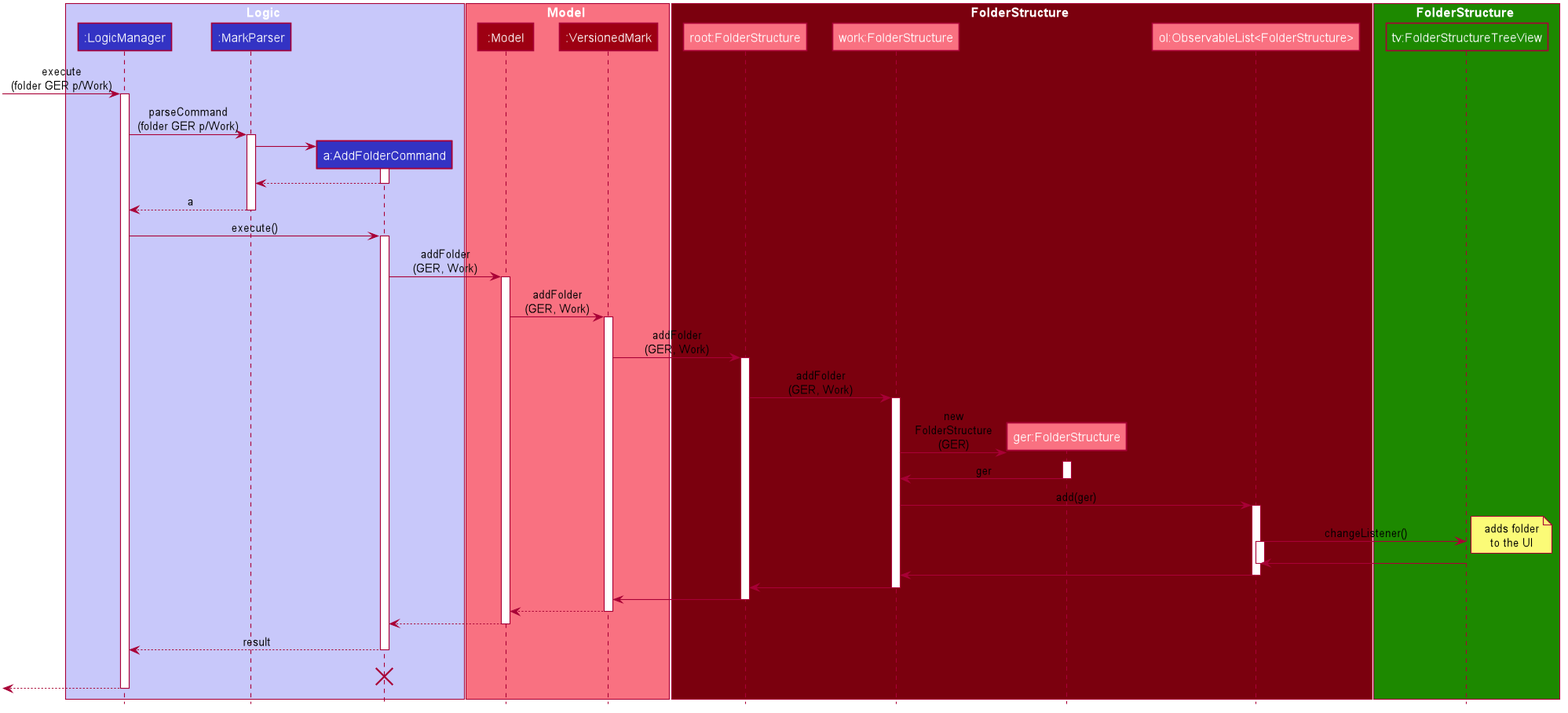
Above: docs/images/FolderSequenceDiagram.png in nus-cs2103-AY1920S1/addressbook-level3 (PlantUML), before the change. The source it was exported from:
```plantuml
@startuml








skinparam BackgroundColor #FFFFFFF

skinparam Shadowing false

skinparam Class {
    FontColor #FFFFFF
    BorderThickness 1
    BorderColor #FFFFFF
    StereotypeFontColor #FFFFFF
    FontName Arial
}

skinparam Actor {
    BorderColor #000000
    Color #000000
    FontName Arial
}

skinparam Sequence {
    MessageAlign center
    BoxFontSize 15
    BoxPadding 0
    BoxFontColor #FFFFFF
    FontName Arial
}

skinparam Participant {
    FontColor #FFFFFFF
    Padding 20
}

skinparam MinClassWidth 50
skinparam ParticipantPadding 10
skinparam Shadowing false
skinparam DefaultTextAlignment center
skinparam packageStyle Rectangle

hide footbox
hide members
hide circle

box Logic #C8C8FA
participant ":LogicManager" as LogicManager #3333C4
participant ":MarkParser" as MarkParser #3333C4
participant "a:AddFolderCommand" as AddFolderCommand #3333C4
end box

box Model #F97181
participant ":Model" as Model #9D0012
participant ":VersionedMark" as VersionedMark #9D0012
end box
[-> LogicManager : execute\n(folder GER p/Work)
activate LogicManager

LogicManager -> MarkParser : parseCommand\n(folder GER p/Work)
activate MarkParser

create AddFolderCommand
MarkParser -> AddFolderCommand
activate AddFolderCommand

AddFolderCommand --> MarkParser
deactivate AddFolderCommand

MarkParser --> LogicManager : a
deactivate MarkParser

LogicManager -> AddFolderCommand : execute()
activate AddFolderCommand

AddFolderCommand -> Model : addFolder\n(GER, Work)
activate Model

Model -> VersionedMark : addFolder\n(GER, Work)
activate VersionedMark

box FolderStructure #7B000E
participant "root:FolderStructure" as Root #F97181
participant "work:FolderStructure" as Work #F97181
participant "ger:FolderStructure" as Ger #F97181
participant "ol:ObservableList<FolderStructure>" as Ol #F97181


VersionedMark -> Root :addFolder\n(GER, Work)
activate Root

Root -> Work :addFolder\n(GER, Work)
activate Work

create Ger
Work -> Ger :new\nFolderStructure\n(GER)
activate Ger
Ger -> Work :ger
deactivate Ger

Work -> Ol :add(ger)
activate Ol
end box

box FolderStructure #1D8900
participant "tv:FolderStructureTreeView" as TreeView #1D8900
end box

Ol -> TreeView :changeListener()
note right: adds folder\nto the UI
activate Ol
TreeView -> Ol
deactivate Ol

Ol -> Work
deactivate Ol

Work -> Root
deactivate Work

Root -> VersionedMark
deactivate Root

VersionedMark --> Model :
deactivate VersionedMark

Model --> AddFolderCommand
deactivate Model

AddFolderCommand --> LogicManager : result
deactivate AddFolderCommand
AddFolderCommand -[hidden]-> LogicManager : result
destroy AddFolderCommand

[<--LogicManager
deactivate LogicManager
@enduml
```
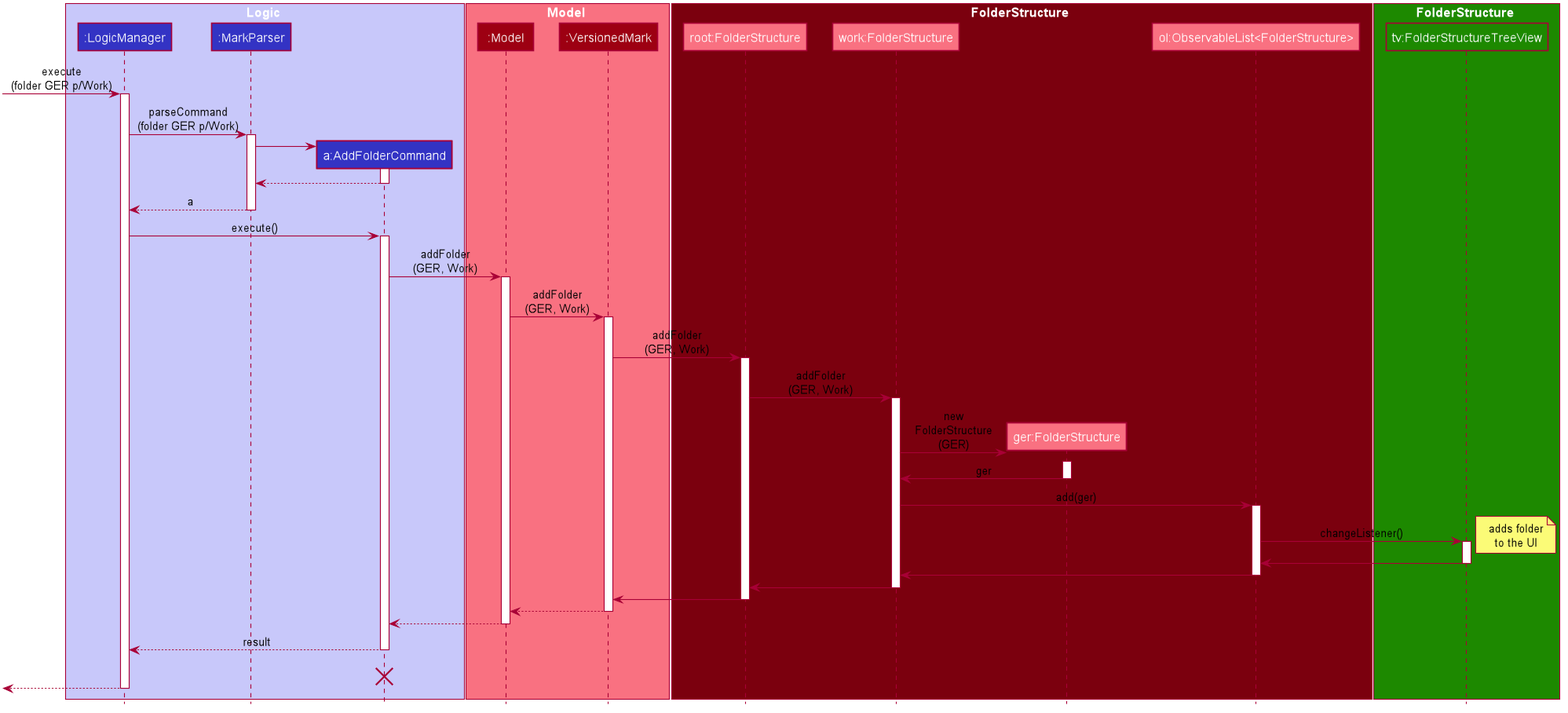
The same diagram one commit later.

Commit message:
Delete activity diagram from folder implementation in devguide

Diff of the diagram source:
```diff
@@ -112,9 +112,9 @@
 
 Ol -> TreeView :changeListener()
 note right: adds folder\nto the UI
-activate Ol
+activate TreeView
 TreeView -> Ol
-deactivate Ol
+deactivate TreeView
 
 Ol -> Work
 deactivate Ol
```
